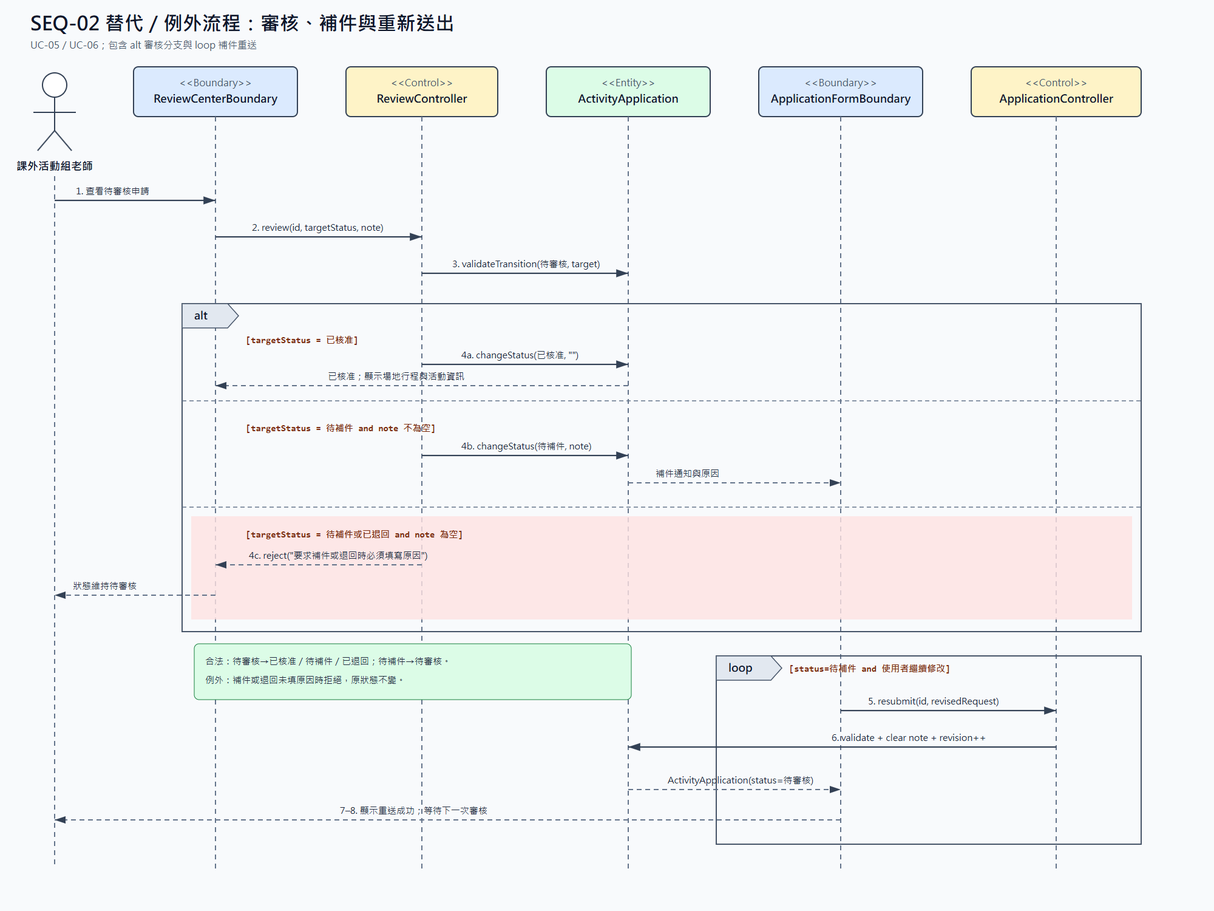
Above: 0727_Object_Oriented_Analysis/sequence_alternative_or_exception.png in 412638123/TKU_114-3_SAD_Group05 (Mermaid), before the change. Its source is kept beside it as 0727_Object_Oriented_Analysis/sequence_diagram_sources/sequence_alternative_or_exception.mmd.
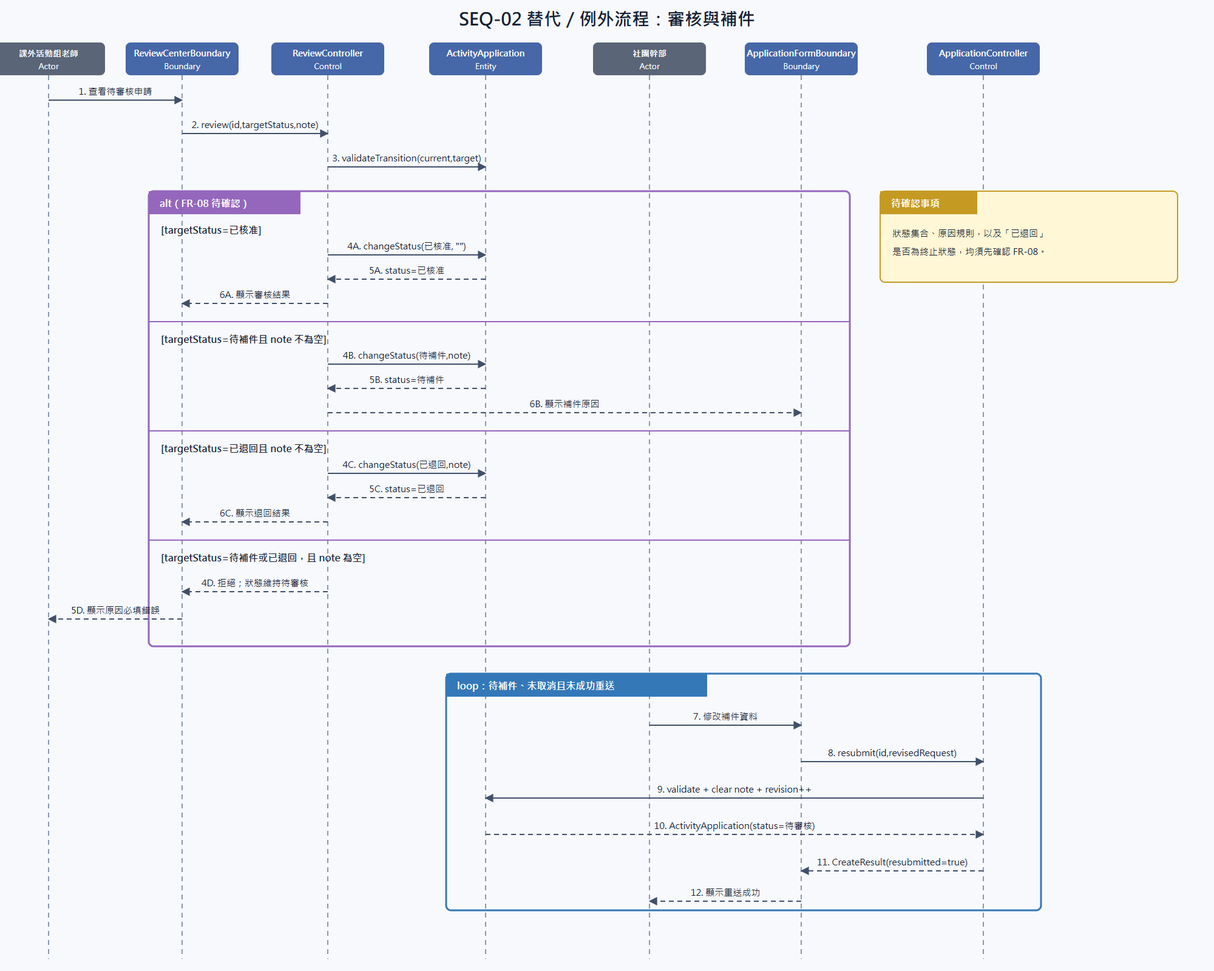
The same diagram one commit later.

What changed in the source:
```diff
@@ -14,19 +14,28 @@
 
 alt targetStatus = 已核准
   Review->>Application: changeStatus(已核准, "")
-  Application-->>ReviewUI: 已核准；顯示場地行程與活動資訊
+  Application-->>Review: ActivityApplication(status=已核准)
+  Review-->>ReviewUI: 顯示審核結果
 else targetStatus = 待補件 and note 不為空
   Review->>Application: changeStatus(待補件, note)
-  Application-->>Form: 補件通知與原因
+  Application-->>Review: ActivityApplication(status=待補件)
+  Review-->>Form: 顯示補件原因
+else targetStatus = 已退回 and note 不為空
+  Review->>Application: changeStatus(已退回, note)
+  Application-->>Review: ActivityApplication(status=已退回)
+  Review-->>ReviewUI: 顯示退回結果
 else targetStatus = 待補件或已退回 and note 為空
   Review-->>ReviewUI: reject(要求補件或退回時必須填寫原因)
-  ReviewUI-->>Staff: 狀態維持待審核
+  ReviewUI-->>Staff: 顯示原因必填錯誤；狀態維持待審核
 end
 
-loop status = 待補件 and 使用者繼續修改
+loop status = 待補件、尚未取消且尚未成功重送
   Officer->>Form: 修改補件資料
   Form->>Controller: resubmit(id, revisedRequest)
   Controller->>Application: validate + clear note + revision++
-  Application-->>Form: ActivityApplication(status=待審核)
+  Application-->>Controller: ActivityApplication(status=待審核)
+  Controller-->>Form: CreateResult(resubmitted=true)
   Form-->>Officer: 顯示重送成功，等待下一次審核
 end
+
+Note over ReviewUI,Controller: FR-08 的狀態集合、原因規則與終止語意仍待確認
```
